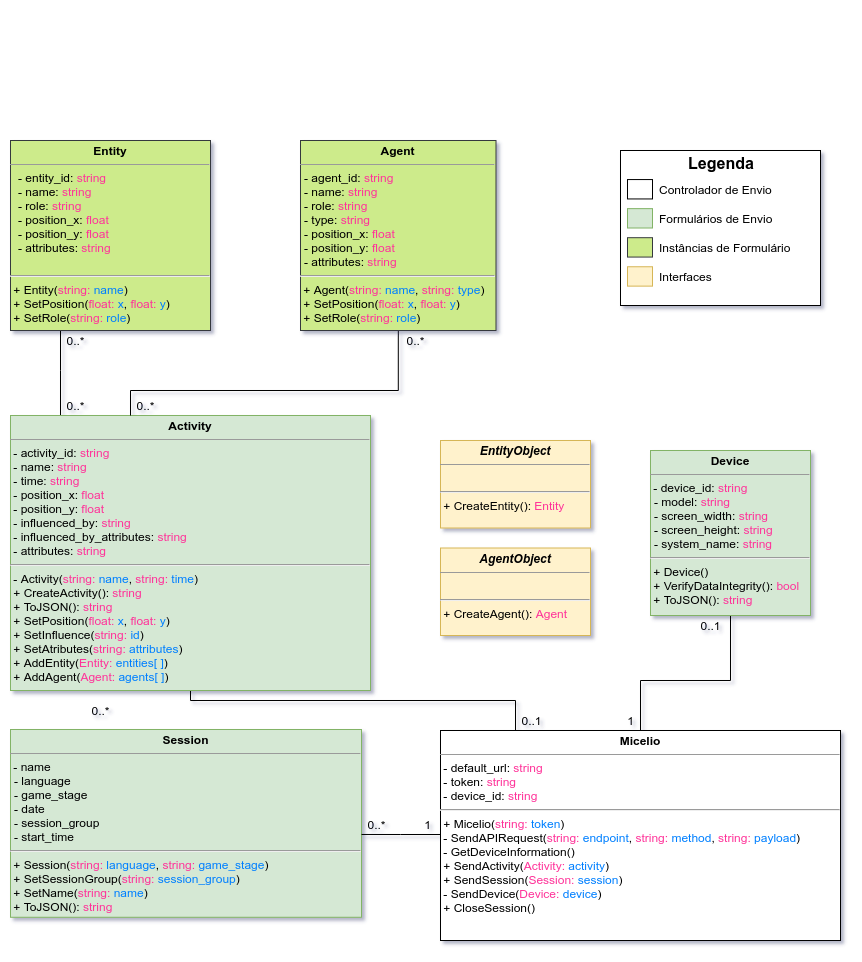
multisens/micelio keeps this draw.io diagram as Documentation/Diagramas/modelo-de-dados-unity.png. Above is the earlier version. Source tidied: cells renumbered, new cells last; positions are measured from the earlier drawing's top-left corner, leaving out a move shared by most shapes.
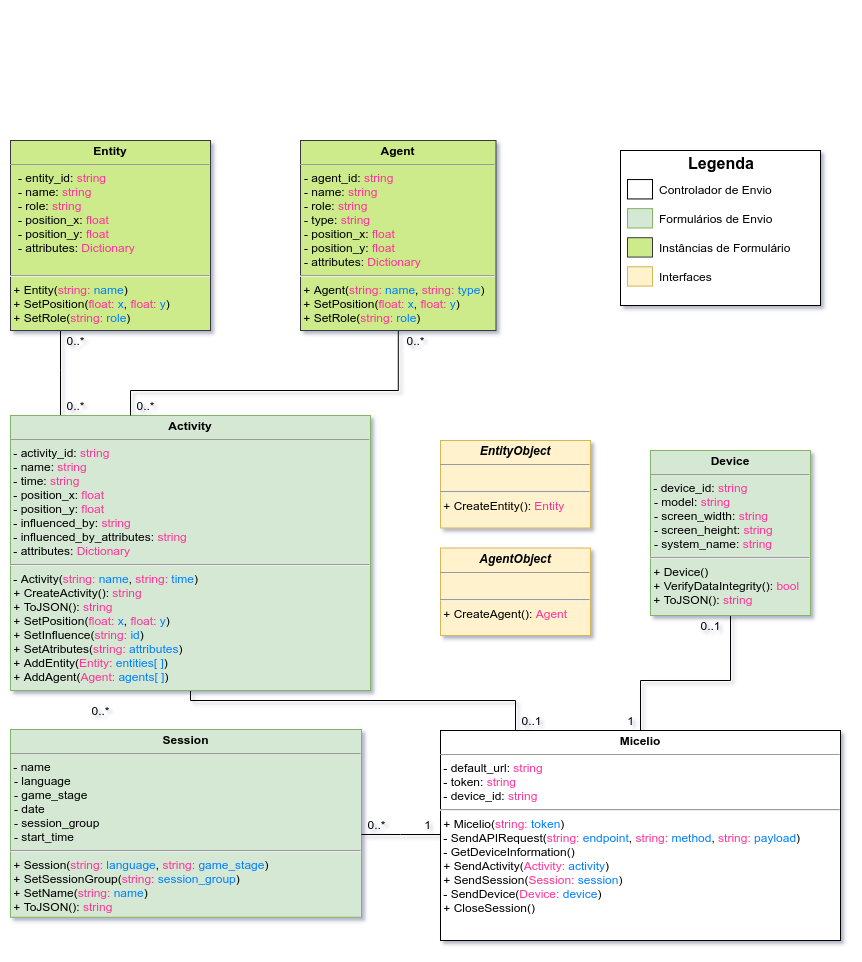
After the commit.

Diff of the diagram source:
```diff
@@ -20,10 +20,10 @@
         </Array>
       </mxGeometry>
     </mxCell>
-    <mxCell id="5" value="&lt;p style=&quot;margin: 0px ; margin-top: 4px ; text-align: center&quot;&gt;&lt;b&gt;Activity&lt;/b&gt;&lt;/p&gt;&lt;hr size=&quot;1&quot;&gt;&amp;nbsp;- activity_id: &lt;font color=&quot;#ff3399&quot;&gt;string&lt;/font&gt;&lt;br&gt;&amp;nbsp;- name: &lt;font color=&quot;#ff3399&quot;&gt;string&lt;/font&gt;&lt;br&gt;&amp;nbsp;- time: &lt;font color=&quot;#ff3399&quot;&gt;string&lt;/font&gt;&lt;br&gt;&amp;nbsp;- position_x: &lt;font color=&quot;#ff3399&quot;&gt;float&lt;/font&gt;&lt;br&gt;&amp;nbsp;- position_y: &lt;font color=&quot;#ff3399&quot;&gt;float&lt;/font&gt;&lt;br&gt;&amp;nbsp;- influenced_by: &lt;font color=&quot;#ff3399&quot;&gt;string&lt;/font&gt;&lt;br&gt;&amp;nbsp;- influenced_by_attributes: &lt;font color=&quot;#ff3399&quot;&gt;string&lt;/font&gt;&lt;br&gt;&amp;nbsp;- attributes: &lt;font color=&quot;#ff3399&quot;&gt;string&lt;/font&gt;&lt;br&gt;&lt;hr&gt;&amp;nbsp;- Activity(&lt;span style=&quot;color: rgb(255 , 51 , 153)&quot;&gt;string:&amp;nbsp;&lt;/span&gt;&lt;font color=&quot;#007fff&quot;&gt;name&lt;/font&gt;,&amp;nbsp;&lt;span style=&quot;color: rgb(255 , 51 , 153)&quot;&gt;string:&amp;nbsp;&lt;/span&gt;&lt;font color=&quot;#007fff&quot;&gt;time&lt;/font&gt;)&lt;br&gt;&amp;nbsp;+ CreateActivity(): &lt;font color=&quot;#ff3399&quot;&gt;string&lt;/font&gt;&lt;br&gt;&amp;nbsp;+ ToJSON(): &lt;font color=&quot;#ff3399&quot;&gt;string&lt;/font&gt;&lt;br&gt;&amp;nbsp;+ SetPosition(&lt;span style=&quot;color: rgb(255 , 51 , 153)&quot;&gt;float:&amp;nbsp;&lt;/span&gt;&lt;font color=&quot;#007fff&quot;&gt;x&lt;/font&gt;,&amp;nbsp;&lt;span style=&quot;color: rgb(255 , 51 , 153)&quot;&gt;float:&amp;nbsp;&lt;/span&gt;&lt;font color=&quot;#007fff&quot;&gt;y&lt;/font&gt;)&lt;br&gt;&amp;nbsp;+ SetInfluence(&lt;span style=&quot;color: rgb(255 , 51 , 153)&quot;&gt;string:&amp;nbsp;&lt;/span&gt;&lt;font color=&quot;#007fff&quot;&gt;id&lt;/font&gt;)&lt;br&gt;&amp;nbsp;+ SetAtributes(&lt;span style=&quot;color: rgb(255 , 51 , 153)&quot;&gt;string:&amp;nbsp;&lt;/span&gt;&lt;font color=&quot;#007fff&quot;&gt;attributes&lt;/font&gt;)&lt;br&gt;&amp;nbsp;+ AddEntity(&lt;span style=&quot;color: rgb(255 , 51 , 153)&quot;&gt;Entity: &lt;/span&gt;&lt;font color=&quot;#007fff&quot;&gt;entities[ ]&lt;/font&gt;)&lt;br&gt;&amp;nbsp;+ AddAgent(&lt;span style=&quot;color: rgb(255 , 51 , 153)&quot;&gt;Agent:&amp;nbsp;&lt;/span&gt;&lt;font color=&quot;#007fff&quot;&gt;agents[ ]&lt;/font&gt;)" style="verticalAlign=top;align=left;overflow=fill;fontSize=12;fontFamily=Helvetica;html=1;glass=0;fillColor=#d5e8d4;strokeColor=#82b366;" parent="1" vertex="1">
+    <mxCell id="5" value="&lt;p style=&quot;margin: 0px ; margin-top: 4px ; text-align: center&quot;&gt;&lt;b&gt;Activity&lt;/b&gt;&lt;/p&gt;&lt;hr size=&quot;1&quot;&gt;&amp;nbsp;- activity_id: &lt;font color=&quot;#ff3399&quot;&gt;string&lt;/font&gt;&lt;br&gt;&amp;nbsp;- name: &lt;font color=&quot;#ff3399&quot;&gt;string&lt;/font&gt;&lt;br&gt;&amp;nbsp;- time: &lt;font color=&quot;#ff3399&quot;&gt;string&lt;/font&gt;&lt;br&gt;&amp;nbsp;- position_x: &lt;font color=&quot;#ff3399&quot;&gt;float&lt;/font&gt;&lt;br&gt;&amp;nbsp;- position_y: &lt;font color=&quot;#ff3399&quot;&gt;float&lt;/font&gt;&lt;br&gt;&amp;nbsp;- influenced_by: &lt;font color=&quot;#ff3399&quot;&gt;string&lt;/font&gt;&lt;br&gt;&amp;nbsp;- influenced_by_attributes: &lt;font color=&quot;#ff3399&quot;&gt;string&lt;/font&gt;&lt;br&gt;&amp;nbsp;- attributes: &lt;font color=&quot;#ff3399&quot;&gt;Dictionary&lt;/font&gt;&lt;br&gt;&lt;hr&gt;&amp;nbsp;- Activity(&lt;span style=&quot;color: rgb(255 , 51 , 153)&quot;&gt;string:&amp;nbsp;&lt;/span&gt;&lt;font color=&quot;#007fff&quot;&gt;name&lt;/font&gt;,&amp;nbsp;&lt;span style=&quot;color: rgb(255 , 51 , 153)&quot;&gt;string:&amp;nbsp;&lt;/span&gt;&lt;font color=&quot;#007fff&quot;&gt;time&lt;/font&gt;)&lt;br&gt;&amp;nbsp;+ CreateActivity(): &lt;font color=&quot;#ff3399&quot;&gt;string&lt;/font&gt;&lt;br&gt;&amp;nbsp;+ ToJSON(): &lt;font color=&quot;#ff3399&quot;&gt;string&lt;/font&gt;&lt;br&gt;&amp;nbsp;+ SetPosition(&lt;span style=&quot;color: rgb(255 , 51 , 153)&quot;&gt;float:&amp;nbsp;&lt;/span&gt;&lt;font color=&quot;#007fff&quot;&gt;x&lt;/font&gt;,&amp;nbsp;&lt;span style=&quot;color: rgb(255 , 51 , 153)&quot;&gt;float:&amp;nbsp;&lt;/span&gt;&lt;font color=&quot;#007fff&quot;&gt;y&lt;/font&gt;)&lt;br&gt;&amp;nbsp;+ SetInfluence(&lt;span style=&quot;color: rgb(255 , 51 , 153)&quot;&gt;string:&amp;nbsp;&lt;/span&gt;&lt;font color=&quot;#007fff&quot;&gt;id&lt;/font&gt;)&lt;br&gt;&amp;nbsp;+ SetAtributes(&lt;span style=&quot;color: rgb(255 , 51 , 153)&quot;&gt;string:&amp;nbsp;&lt;/span&gt;&lt;font color=&quot;#007fff&quot;&gt;attributes&lt;/font&gt;)&lt;br&gt;&amp;nbsp;+ AddEntity(&lt;span style=&quot;color: rgb(255 , 51 , 153)&quot;&gt;Entity: &lt;/span&gt;&lt;font color=&quot;#007fff&quot;&gt;entities[ ]&lt;/font&gt;)&lt;br&gt;&amp;nbsp;+ AddAgent(&lt;span style=&quot;color: rgb(255 , 51 , 153)&quot;&gt;Agent:&amp;nbsp;&lt;/span&gt;&lt;font color=&quot;#007fff&quot;&gt;agents[ ]&lt;/font&gt;)" style="verticalAlign=top;align=left;overflow=fill;fontSize=12;fontFamily=Helvetica;html=1;glass=0;fillColor=#d5e8d4;strokeColor=#82b366;" parent="1" vertex="1">
       <mxGeometry y="405" width="360" height="275" as="geometry" />
     </mxCell>
-    <mxCell id="6" value="&lt;p style=&quot;margin: 0px ; margin-top: 4px ; text-align: center&quot;&gt;&lt;b&gt;Entity&lt;/b&gt;&lt;/p&gt;&lt;hr size=&quot;1&quot;&gt;&lt;p style=&quot;margin: 0px 0px 0px 8px&quot;&gt;- entity_id: &lt;font color=&quot;#ff3399&quot;&gt;string&lt;/font&gt;&lt;/p&gt;&lt;p style=&quot;margin: 0px 0px 0px 8px&quot;&gt;- name: &lt;font color=&quot;#ff3399&quot;&gt;string&lt;/font&gt;&lt;br&gt;&lt;/p&gt;&lt;p style=&quot;margin: 0px 0px 0px 8px&quot;&gt;- role: &lt;font color=&quot;#ff3399&quot;&gt;string&lt;/font&gt;&lt;/p&gt;&lt;p style=&quot;margin: 0px 0px 0px 8px&quot;&gt;- position_x: &lt;font color=&quot;#ff3399&quot;&gt;float&lt;/font&gt;&lt;br&gt;- position_y: &lt;font color=&quot;#ff3399&quot;&gt;float&lt;/font&gt;&lt;br&gt;&lt;/p&gt;&lt;p style=&quot;margin: 0px 0px 0px 8px&quot;&gt;- attributes: &lt;font color=&quot;#ff3399&quot;&gt;string&lt;/font&gt;&lt;/p&gt;&lt;p style=&quot;margin: 0px 0px 0px 8px&quot;&gt;&lt;br&gt;&lt;/p&gt;&lt;hr&gt;&amp;nbsp;+ Entity(&lt;span style=&quot;color: rgb(255 , 51 , 153)&quot;&gt;string:&amp;nbsp;&lt;/span&gt;&lt;font color=&quot;#007fff&quot;&gt;name&lt;/font&gt;)&lt;br&gt;&amp;nbsp;+ SetPosition(&lt;span style=&quot;color: rgb(255 , 51 , 153)&quot;&gt;float:&amp;nbsp;&lt;/span&gt;&lt;font color=&quot;#007fff&quot;&gt;x&lt;/font&gt;,&amp;nbsp;&lt;span style=&quot;color: rgb(255 , 51 , 153)&quot;&gt;float:&amp;nbsp;&lt;/span&gt;&lt;font color=&quot;#007fff&quot;&gt;y&lt;/font&gt;)&lt;br&gt;&amp;nbsp;+ SetRole(&lt;span style=&quot;color: rgb(255 , 51 , 153)&quot;&gt;string:&amp;nbsp;&lt;/span&gt;&lt;font color=&quot;#007fff&quot;&gt;role&lt;/font&gt;)&lt;br&gt;&amp;nbsp;" style="verticalAlign=top;align=left;overflow=fill;fontSize=12;fontFamily=Helvetica;html=1;glass=0;fillColor=#cdeb8b;strokeColor=#36393d;" parent="1" vertex="1">
+    <mxCell id="6" value="&lt;p style=&quot;margin: 0px ; margin-top: 4px ; text-align: center&quot;&gt;&lt;b&gt;Entity&lt;/b&gt;&lt;/p&gt;&lt;hr size=&quot;1&quot;&gt;&lt;p style=&quot;margin: 0px 0px 0px 8px&quot;&gt;- entity_id: &lt;font color=&quot;#ff3399&quot;&gt;string&lt;/font&gt;&lt;/p&gt;&lt;p style=&quot;margin: 0px 0px 0px 8px&quot;&gt;- name: &lt;font color=&quot;#ff3399&quot;&gt;string&lt;/font&gt;&lt;br&gt;&lt;/p&gt;&lt;p style=&quot;margin: 0px 0px 0px 8px&quot;&gt;- role: &lt;font color=&quot;#ff3399&quot;&gt;string&lt;/font&gt;&lt;/p&gt;&lt;p style=&quot;margin: 0px 0px 0px 8px&quot;&gt;- position_x: &lt;font color=&quot;#ff3399&quot;&gt;float&lt;/font&gt;&lt;br&gt;- position_y: &lt;font color=&quot;#ff3399&quot;&gt;float&lt;/font&gt;&lt;br&gt;&lt;/p&gt;&lt;p style=&quot;margin: 0px 0px 0px 8px&quot;&gt;- attributes: &lt;font color=&quot;#ff3399&quot;&gt;Dictionary&lt;/font&gt;&lt;/p&gt;&lt;p style=&quot;margin: 0px 0px 0px 8px&quot;&gt;&lt;br&gt;&lt;/p&gt;&lt;hr&gt;&amp;nbsp;+ Entity(&lt;span style=&quot;color: rgb(255 , 51 , 153)&quot;&gt;string:&amp;nbsp;&lt;/span&gt;&lt;font color=&quot;#007fff&quot;&gt;name&lt;/font&gt;)&lt;br&gt;&amp;nbsp;+ SetPosition(&lt;span style=&quot;color: rgb(255 , 51 , 153)&quot;&gt;float:&amp;nbsp;&lt;/span&gt;&lt;font color=&quot;#007fff&quot;&gt;x&lt;/font&gt;,&amp;nbsp;&lt;span style=&quot;color: rgb(255 , 51 , 153)&quot;&gt;float:&amp;nbsp;&lt;/span&gt;&lt;font color=&quot;#007fff&quot;&gt;y&lt;/font&gt;)&lt;br&gt;&amp;nbsp;+ SetRole(&lt;span style=&quot;color: rgb(255 , 51 , 153)&quot;&gt;string:&amp;nbsp;&lt;/span&gt;&lt;font color=&quot;#007fff&quot;&gt;role&lt;/font&gt;)&lt;br&gt;&amp;nbsp;" style="verticalAlign=top;align=left;overflow=fill;fontSize=12;fontFamily=Helvetica;html=1;glass=0;fillColor=#cdeb8b;strokeColor=#36393d;" parent="1" vertex="1">
       <mxGeometry y="130" width="200" height="190" as="geometry" />
     </mxCell>
     <mxCell id="7" style="edgeStyle=orthogonalEdgeStyle;rounded=0;jettySize=auto;html=1;endArrow=none;endFill=0;" parent="1" edge="1" source="18" target="5">
@@ -64,7 +64,7 @@
     <mxCell id="17" style="group;" parent="1" vertex="1">
       <mxGeometry x="290" y="160" width="230" height="160" as="geometry" />
     </mxCell>
-    <mxCell id="18" value="&lt;p style=&quot;margin: 0px ; margin-top: 4px ; text-align: center&quot;&gt;&lt;b&gt;Agent&lt;/b&gt;&lt;/p&gt;&lt;hr size=&quot;1&quot;&gt;&lt;p style=&quot;margin: 0px 0px 0px 4px&quot;&gt;- agent_id: &lt;font color=&quot;#ff3399&quot;&gt;string&lt;/font&gt;&lt;/p&gt;&lt;p style=&quot;margin: 0px 0px 0px 4px&quot;&gt;- name: &lt;font color=&quot;#ff3399&quot;&gt;string&lt;/font&gt;&lt;/p&gt;&lt;p style=&quot;margin: 0px 0px 0px 4px&quot;&gt;- role: &lt;font color=&quot;#ff3399&quot;&gt;string&lt;/font&gt;&lt;/p&gt;&lt;p style=&quot;margin: 0px 0px 0px 4px&quot;&gt;- type: &lt;font color=&quot;#ff3399&quot;&gt;string&lt;/font&gt;&lt;/p&gt;&lt;p style=&quot;margin: 0px 0px 0px 4px&quot;&gt;- position_x: &lt;font color=&quot;#ff3399&quot;&gt;float&lt;/font&gt;&lt;br&gt;- position_y: &lt;font color=&quot;#ff3399&quot;&gt;float&lt;/font&gt;&lt;br&gt;&lt;/p&gt;&lt;p style=&quot;margin: 0px 0px 0px 4px&quot;&gt;- attributes: &lt;font color=&quot;#ff3399&quot;&gt;string&lt;/font&gt;&lt;br&gt;&lt;/p&gt;&lt;hr&gt;&amp;nbsp;+ Agent(&lt;span style=&quot;color: rgb(255 , 51 , 153)&quot;&gt;string:&amp;nbsp;&lt;/span&gt;&lt;font color=&quot;#007fff&quot;&gt;name&lt;/font&gt;,&amp;nbsp;&lt;span style=&quot;color: rgb(255 , 51 , 153)&quot;&gt;string: &lt;/span&gt;&lt;font color=&quot;#007fff&quot;&gt;type&lt;/font&gt;)&lt;br&gt;&amp;nbsp;+ SetPosition(&lt;span style=&quot;color: rgb(255 , 51 , 153)&quot;&gt;float:&amp;nbsp;&lt;/span&gt;&lt;font color=&quot;#007fff&quot;&gt;x&lt;/font&gt;,&amp;nbsp;&lt;span style=&quot;color: rgb(255 , 51 , 153)&quot;&gt;float:&amp;nbsp;&lt;/span&gt;&lt;font color=&quot;#007fff&quot;&gt;y&lt;/font&gt;)&lt;br&gt;&amp;nbsp;+ SetRole(&lt;span style=&quot;color: rgb(255 , 51 , 153)&quot;&gt;string:&amp;nbsp;&lt;/span&gt;&lt;font color=&quot;#007fff&quot;&gt;role&lt;/font&gt;)" style="verticalAlign=top;align=left;overflow=fill;fontSize=12;fontFamily=Helvetica;html=1;glass=0;fillColor=#cdeb8b;strokeColor=#36393d;" parent="17" vertex="1">
+    <mxCell id="18" value="&lt;p style=&quot;margin: 0px ; margin-top: 4px ; text-align: center&quot;&gt;&lt;b&gt;Agent&lt;/b&gt;&lt;/p&gt;&lt;hr size=&quot;1&quot;&gt;&lt;p style=&quot;margin: 0px 0px 0px 4px&quot;&gt;- agent_id: &lt;font color=&quot;#ff3399&quot;&gt;string&lt;/font&gt;&lt;/p&gt;&lt;p style=&quot;margin: 0px 0px 0px 4px&quot;&gt;- name: &lt;font color=&quot;#ff3399&quot;&gt;string&lt;/font&gt;&lt;/p&gt;&lt;p style=&quot;margin: 0px 0px 0px 4px&quot;&gt;- role: &lt;font color=&quot;#ff3399&quot;&gt;string&lt;/font&gt;&lt;/p&gt;&lt;p style=&quot;margin: 0px 0px 0px 4px&quot;&gt;- type: &lt;font color=&quot;#ff3399&quot;&gt;string&lt;/font&gt;&lt;/p&gt;&lt;p style=&quot;margin: 0px 0px 0px 4px&quot;&gt;- position_x: &lt;font color=&quot;#ff3399&quot;&gt;float&lt;/font&gt;&lt;br&gt;- position_y: &lt;font color=&quot;#ff3399&quot;&gt;float&lt;/font&gt;&lt;br&gt;&lt;/p&gt;&lt;p style=&quot;margin: 0px 0px 0px 4px&quot;&gt;- attributes: &lt;font color=&quot;#ff3399&quot;&gt;Dictionary&lt;/font&gt;&lt;br&gt;&lt;/p&gt;&lt;hr&gt;&amp;nbsp;+ Agent(&lt;span style=&quot;color: rgb(255 , 51 , 153)&quot;&gt;string:&amp;nbsp;&lt;/span&gt;&lt;font color=&quot;#007fff&quot;&gt;name&lt;/font&gt;,&amp;nbsp;&lt;span style=&quot;color: rgb(255 , 51 , 153)&quot;&gt;string: &lt;/span&gt;&lt;font color=&quot;#007fff&quot;&gt;type&lt;/font&gt;)&lt;br&gt;&amp;nbsp;+ SetPosition(&lt;span style=&quot;color: rgb(255 , 51 , 153)&quot;&gt;float:&amp;nbsp;&lt;/span&gt;&lt;font color=&quot;#007fff&quot;&gt;x&lt;/font&gt;,&amp;nbsp;&lt;span style=&quot;color: rgb(255 , 51 , 153)&quot;&gt;float:&amp;nbsp;&lt;/span&gt;&lt;font color=&quot;#007fff&quot;&gt;y&lt;/font&gt;)&lt;br&gt;&amp;nbsp;+ SetRole(&lt;span style=&quot;color: rgb(255 , 51 , 153)&quot;&gt;string:&amp;nbsp;&lt;/span&gt;&lt;font color=&quot;#007fff&quot;&gt;role&lt;/font&gt;)" style="verticalAlign=top;align=left;overflow=fill;fontSize=12;fontFamily=Helvetica;html=1;glass=0;fillColor=#cdeb8b;strokeColor=#36393d;" parent="17" vertex="1">
       <mxGeometry y="-30" width="195.5" height="190" as="geometry" />
     </mxCell>
     <mxCell id="19" style="edgeStyle=orthogonalEdgeStyle;rounded=0;jettySize=auto;html=1;endArrow=none;endFill=0;entryX=1;entryY=0.559;entryDx=0;entryDy=0;entryPerimeter=0;" parent="1" edge="1" source="3" target="16">
```
